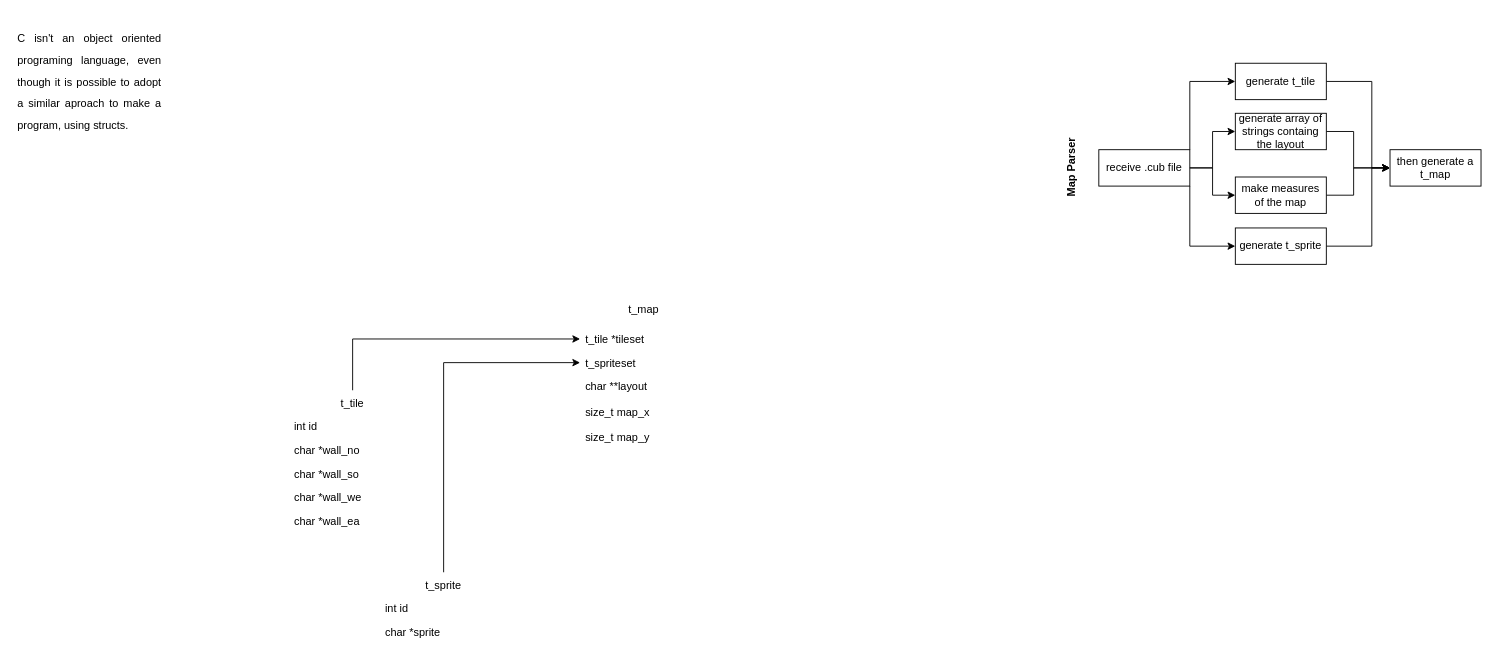
Before: Untitled Diagram.drawio in LuccasRMedeiros/cub3d, a draw.io diagram. Source tidied: cells renumbered, new cells numbered last; positions are measured from the earlier drawing's top-left corner, leaving out a move shared by most shapes. Both pictures are drawn from the tidied source at 91%, with x=0, y=0 at pixel (15, 17).
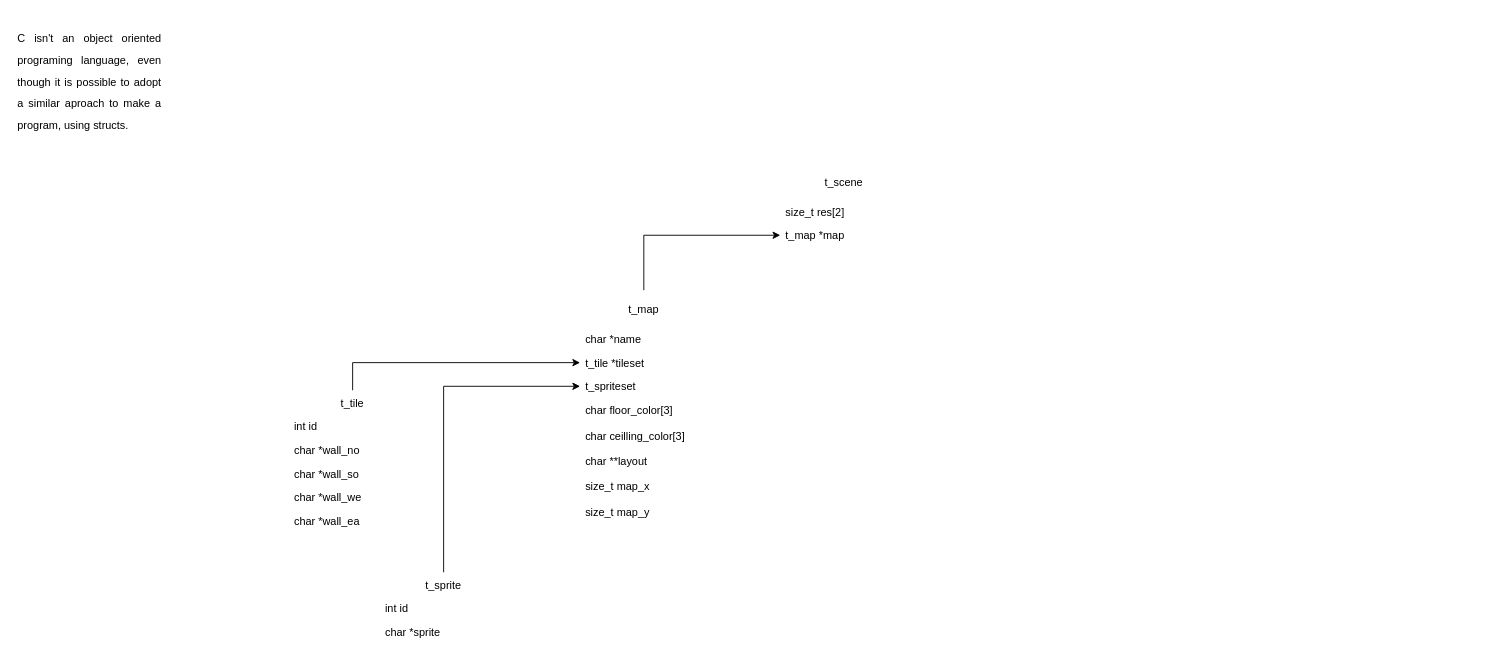
Above is the later version.

Change to the diagram source:
```diff
@@
+    <mxCell id="35" style="edgeStyle=orthogonalEdgeStyle;rounded=0;jettySize=auto;html=1;entryX=0;entryY=0.5;entryDx=0;entryDy=0;exitX=0.5;exitY=0;exitDx=0;exitDy=0;" parent="1" edge="1" source="3" target="41">
+      <mxGeometry relative="1" as="geometry" />
+    </mxCell>
     <mxCell id="3" value="t_map" style="swimlane;fontStyle=0;horizontal=1;startSize=40;strokeColor=#FFFFFF;strokeWidth=1;" parent="1" vertex="1">
-      <mxGeometry x="620" y="300" width="140" height="176" as="geometry" />
+      <mxGeometry x="620" y="300" width="140" height="258" as="geometry" />
     </mxCell>
+    <mxCell id="36" value="char *name" style="text;strokeColor=none;fillColor=none;align=left;verticalAlign=top;spacingLeft=4;spacingRight=4;overflow=hidden;" parent="3" vertex="1">
+      <mxGeometry y="40" width="140" height="26" as="geometry" />
+    </mxCell>
     <mxCell id="4" value="t_tile *tileset" style="text;strokeColor=none;fillColor=none;align=left;verticalAlign=top;spacingLeft=4;spacingRight=4;overflow=hidden;points=[[0,0.5],[1,0.5]];portConstraint=eastwest;" parent="3" vertex="1">
-      <mxGeometry y="40" width="140" height="26" as="geometry" />
+      <mxGeometry y="66" width="140" height="26" as="geometry" />
     </mxCell>
     <mxCell id="5" value="t_spriteset" style="text;strokeColor=none;fillColor=none;align=left;verticalAlign=top;spacingLeft=4;spacingRight=4;overflow=hidden;points=[[0,0.5],[1,0.5]];portConstraint=eastwest;" parent="3" vertex="1">
-      <mxGeometry y="66" width="140" height="26" as="geometry" />
+      <mxGeometry y="92" width="140" height="26" as="geometry" />
     </mxCell>
+    <mxCell id="37" value="char floor_color[3]" style="text;strokeColor=none;fillColor=none;align=left;verticalAlign=top;spacingLeft=4;spacingRight=4;overflow=hidden;" parent="3" vertex="1">
+      <mxGeometry y="118" width="140" height="28" as="geometry" />
+    </mxCell>
+    <mxCell id="38" value="char ceilling_color[3]" style="text;strokeColor=none;fillColor=none;align=left;verticalAlign=top;spacingLeft=4;spacingRight=4;overflow=hidden;" parent="3" vertex="1">
+      <mxGeometry y="146" width="140" height="28" as="geometry" />
+    </mxCell>
     <mxCell id="6" value="char **layout" style="text;strokeColor=none;fillColor=none;align=left;verticalAlign=top;spacingLeft=4;spacingRight=4;overflow=hidden;" parent="3" vertex="1">
-      <mxGeometry y="92" width="140" height="28" as="geometry" />
+      <mxGeometry y="174" width="140" height="28" as="geometry" />
     </mxCell>
     <mxCell id="7" value="size_t map_x" style="text;strokeColor=none;fillColor=none;align=left;verticalAlign=top;spacingLeft=4;spacingRight=4;overflow=hidden;" parent="3" vertex="1">
-      <mxGeometry y="120" width="140" height="28" as="geometry" />
+      <mxGeometry y="202" width="140" height="28" as="geometry" />
     </mxCell>
     <mxCell id="8" value="size_t map_y" style="text;strokeColor=none;fillColor=none;align=left;verticalAlign=top;spacingLeft=4;spacingRight=4;overflow=hidden;" parent="3" vertex="1">
-      <mxGeometry y="148" width="140" height="28" as="geometry" />
+      <mxGeometry y="230" width="140" height="28" as="geometry" />
     </mxCell>
@@
-    <mxCell id="20" value="Map Parser" style="swimlane;html=1;startSize=20;horizontal=0;flowOrientation=west;interRankCellSpacing=50;containerType=tree;strokeColor=#FFFFFF;strokeWidth=1;" parent="1" vertex="1">
-      <mxGeometry x="1150" y="125" width="160" height="80" as="geometry" />
-    </mxCell>
-    <mxCell id="21" value="receive .cub file" style="whiteSpace=wrap;html=1;" parent="20" vertex="1">
-      <mxGeometry x="40" y="20" width="100" height="40" as="geometry" />
-    </mxCell>
-    <mxCell id="22" style="edgeStyle=orthogonalEdgeStyle;rounded=0;jettySize=auto;html=1;exitX=1;exitY=0.5;exitDx=0;exitDy=0;entryX=0;entryY=0.5;entryDx=0;entryDy=0;" parent="1" edge="1" source="23" target="26">
-      <mxGeometry relative="1" as="geometry">
-        <Array as="points">
-          <mxPoint x="1490" y="251" />
-          <mxPoint x="1490" y="165" />
-        </Array>
-      </mxGeometry>
-    </mxCell>
-    <mxCell id="23" value="generate t_sprite" style="whiteSpace=wrap;html=1;" parent="1" vertex="1">
-      <mxGeometry x="1340" y="231" width="100" height="40" as="geometry" />
-    </mxCell>
-    <mxCell id="24" style="edgeStyle=orthogonalEdgeStyle;rounded=0;jettySize=auto;html=1;exitX=1;exitY=0.5;exitDx=0;exitDy=0;entryX=0;entryY=0.5;entryDx=0;entryDy=0;" parent="1" edge="1" source="25" target="26">
-      <mxGeometry relative="1" as="geometry">
-        <Array as="points">
-          <mxPoint x="1490" y="70" />
-          <mxPoint x="1490" y="165" />
-        </Array>
-      </mxGeometry>
-    </mxCell>
-    <mxCell id="25" value="generate t_tile" style="whiteSpace=wrap;html=1;" parent="1" vertex="1">
-      <mxGeometry x="1340" y="50" width="100" height="40" as="geometry" />
-    </mxCell>
-    <mxCell id="26" value="then generate a t_map" style="whiteSpace=wrap;html=1;" parent="1" vertex="1">
-      <mxGeometry x="1510" y="145" width="100" height="40" as="geometry" />
-    </mxCell>
-    <mxCell id="27" style="edgeStyle=orthogonalEdgeStyle;rounded=0;jettySize=auto;html=1;exitX=1;exitY=0.5;exitDx=0;exitDy=0;entryX=0;entryY=0.5;entryDx=0;entryDy=0;" parent="1" edge="1" source="28" target="26">
-      <mxGeometry relative="1" as="geometry">
-        <Array as="points">
-          <mxPoint x="1470" y="125" />
-          <mxPoint x="1470" y="165" />
-        </Array>
-      </mxGeometry>
-    </mxCell>
-    <mxCell id="28" value="generate array of strings containg the layout" style="whiteSpace=wrap;html=1;" parent="1" vertex="1">
-      <mxGeometry x="1340" y="105" width="100" height="40" as="geometry" />
-    </mxCell>
-    <mxCell id="29" style="edgeStyle=orthogonalEdgeStyle;rounded=0;jettySize=auto;html=1;entryX=0;entryY=0.5;entryDx=0;entryDy=0;" parent="1" edge="1" source="21" target="28">
-      <mxGeometry relative="1" as="geometry" />
-    </mxCell>
-    <mxCell id="30" style="edgeStyle=orthogonalEdgeStyle;rounded=0;jettySize=auto;html=1;exitX=1;exitY=0;exitDx=0;exitDy=0;entryX=0;entryY=0.5;entryDx=0;entryDy=0;" parent="1" edge="1" source="21" target="25">
-      <mxGeometry relative="1" as="geometry">
-        <Array as="points">
-          <mxPoint x="1290" y="70" />
-        </Array>
-      </mxGeometry>
-    </mxCell>
-    <mxCell id="31" style="edgeStyle=orthogonalEdgeStyle;rounded=0;jettySize=auto;html=1;exitX=1;exitY=1;exitDx=0;exitDy=0;entryX=0;entryY=0.5;entryDx=0;entryDy=0;" parent="1" edge="1" source="21" target="23">
-      <mxGeometry relative="1" as="geometry">
-        <Array as="points">
-          <mxPoint x="1290" y="251" />
-        </Array>
-      </mxGeometry>
-    </mxCell>
-    <mxCell id="32" style="edgeStyle=orthogonalEdgeStyle;rounded=0;jettySize=auto;html=1;entryX=0;entryY=0.5;entryDx=0;entryDy=0;" parent="1" edge="1" source="33" target="26">
-      <mxGeometry relative="1" as="geometry">
-        <Array as="points">
-          <mxPoint x="1470" y="195" />
-          <mxPoint x="1470" y="165" />
-        </Array>
-      </mxGeometry>
-    </mxCell>
-    <mxCell id="33" value="make measures of the map" style="whiteSpace=wrap;html=1;" parent="1" vertex="1">
-      <mxGeometry x="1340" y="175" width="100" height="40" as="geometry" />
-    </mxCell>
-    <mxCell id="34" style="edgeStyle=orthogonalEdgeStyle;rounded=0;jettySize=auto;html=1;exitX=1;exitY=0.5;exitDx=0;exitDy=0;entryX=0;entryY=0.5;entryDx=0;entryDy=0;" parent="1" edge="1" source="21" target="33">
-      <mxGeometry relative="1" as="geometry" />
-    </mxCell>
+    <mxCell id="39" value="t_scene" style="swimlane;fontStyle=0;horizontal=1;startSize=40;strokeColor=#FFFFFF;strokeWidth=1;" parent="1" vertex="1">
+      <mxGeometry x="840" y="160" width="140" height="92" as="geometry" />
+    </mxCell>
+    <mxCell id="40" value="size_t res[2]" style="text;strokeColor=none;fillColor=none;align=left;verticalAlign=top;spacingLeft=4;spacingRight=4;overflow=hidden;" parent="39" vertex="1">
+      <mxGeometry y="40" width="140" height="26" as="geometry" />
+    </mxCell>
+    <mxCell id="41" value="t_map *map" style="text;strokeColor=none;fillColor=none;align=left;verticalAlign=top;spacingLeft=4;spacingRight=4;overflow=hidden;points=[[0,0.5],[1,0.5]];portConstraint=eastwest;" parent="39" vertex="1">
+      <mxGeometry y="66" width="140" height="26" as="geometry" />
+    </mxCell>
```
